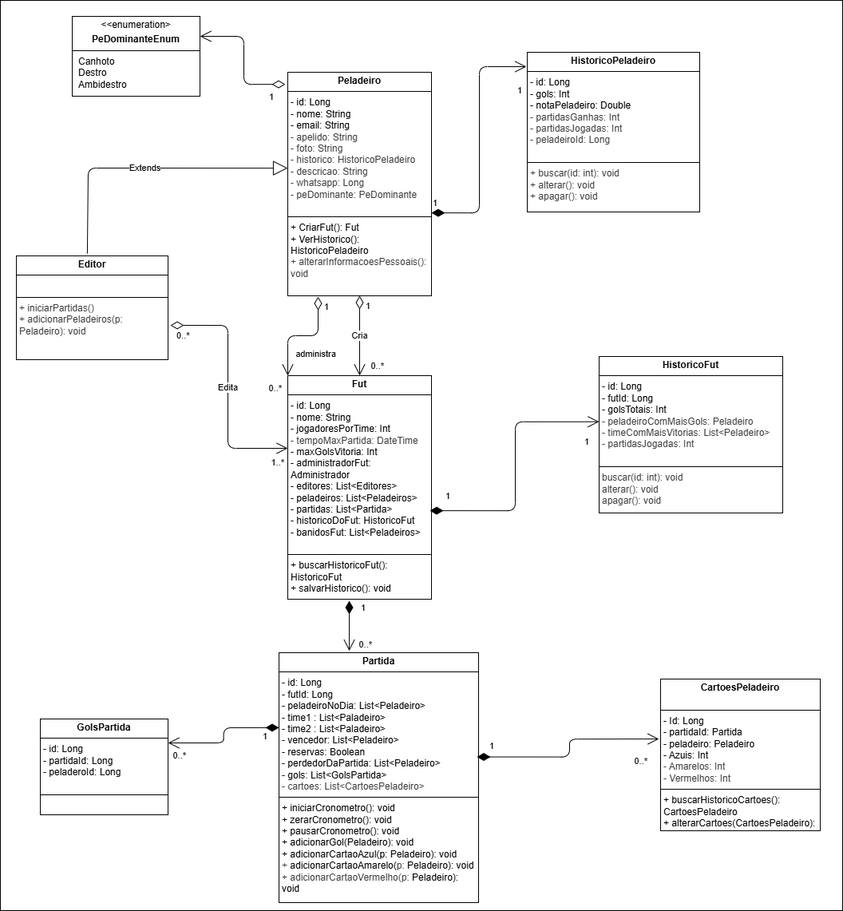
MarcioCosta013/VemProFutFullStack keeps this draw.io diagram as Diagramas/DiagramaClasses/DiagramaClasses.png. Above is the earlier version. Source tidied: cells renumbered, new cells last; positions are measured from the earlier drawing's top-left corner, leaving out a move shared by most shapes.
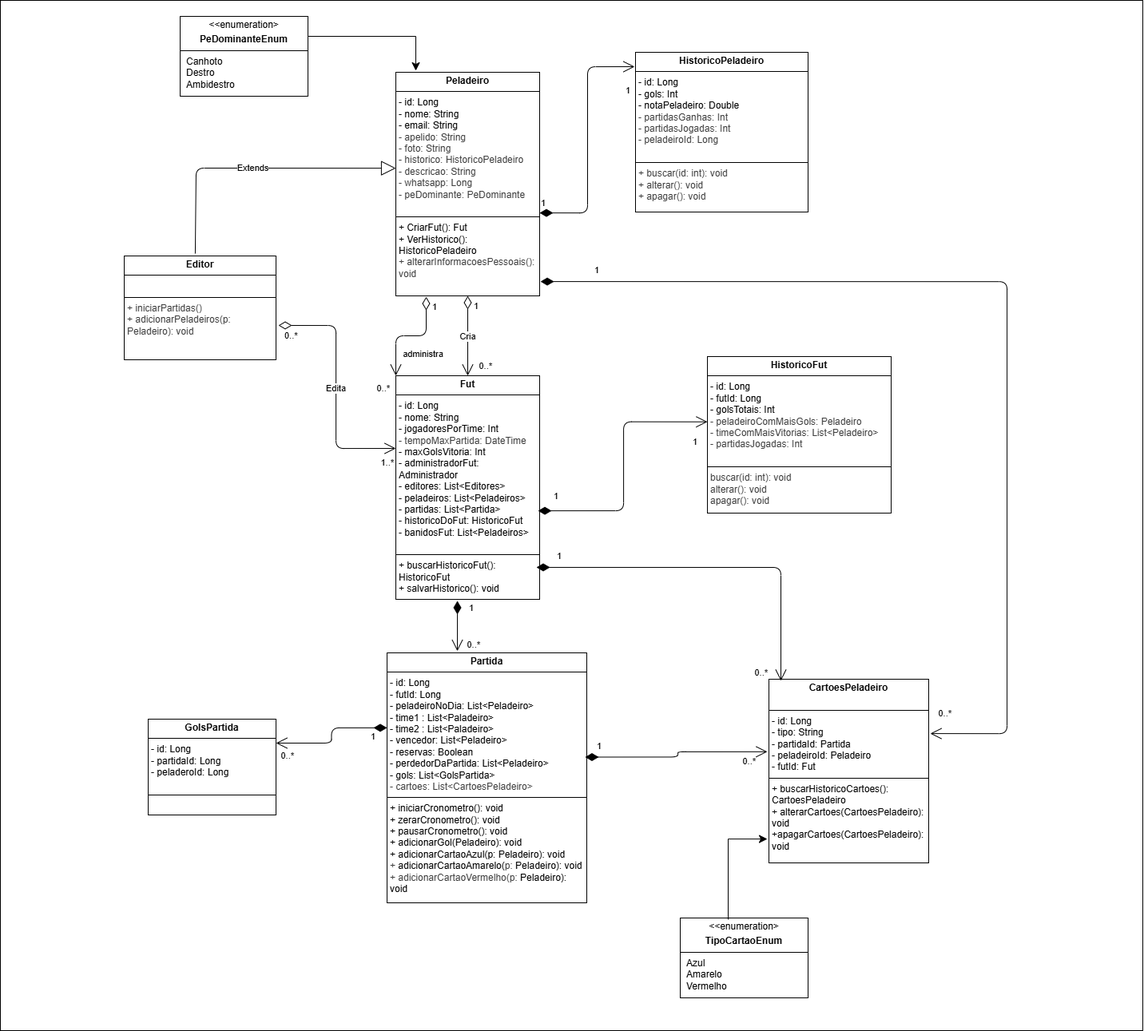
After the commit.

Change to the diagram source:
```diff
@@ -2,9 +2,9 @@
   <root>
     <mxCell id="0" />
     <mxCell id="1" parent="0" />
-    <mxCell id="2" style="rounded=0;whiteSpace=wrap;html=1;" parent="1" vertex="1">
-      <mxGeometry width="1055" height="1140" as="geometry" />
-    </mxCell>
+    <mxCell id="33" style="rounded=0;whiteSpace=wrap;html=1;" parent="1" vertex="1">
+      <mxGeometry x="-135" width="1430" height="1290" as="geometry" />
+    </mxCell>
     <mxCell id="3" value="&lt;p style=&quot;margin:0px;margin-top:4px;text-align:center;&quot;&gt;&lt;b&gt;Peladeiro&lt;/b&gt;&lt;/p&gt;&lt;hr size=&quot;1&quot; style=&quot;border-style:solid;&quot;&gt;&lt;p style=&quot;margin:0px;margin-left:4px;&quot;&gt;- id: Long&lt;/p&gt;&lt;p style=&quot;margin:0px;margin-left:4px;&quot;&gt;- nome: String&lt;/p&gt;&lt;p style=&quot;margin:0px;margin-left:4px;&quot;&gt;- email: String&lt;/p&gt;&lt;p style=&quot;margin:0px;margin-left:4px;&quot;&gt;&lt;span style=&quot;color: rgb(63, 63, 63);&quot;&gt;- apelido: String&lt;/span&gt;&lt;/p&gt;&lt;p style=&quot;margin:0px;margin-left:4px;&quot;&gt;&lt;span style=&quot;color: rgb(63, 63, 63);&quot;&gt;- foto: String&lt;/span&gt;&lt;/p&gt;&lt;p style=&quot;margin:0px;margin-left:4px;&quot;&gt;&lt;span style=&quot;color: rgb(63, 63, 63);&quot;&gt;- historico: Historico&lt;/span&gt;&lt;span style=&quot;color: rgb(63, 63, 63);&quot;&gt;&lt;/span&gt;&lt;span style=&quot;color: rgb(63, 63, 63); background-color: transparent;&quot;&gt;Peladeiro&lt;/span&gt;&lt;/p&gt;&lt;p style=&quot;margin:0px;margin-left:4px;&quot;&gt;&lt;span style=&quot;color: rgb(63, 63, 63);&quot;&gt;- descricao: String&lt;/span&gt;&lt;/p&gt;&lt;p style=&quot;margin:0px;margin-left:4px;&quot;&gt;&lt;span style=&quot;color: rgb(63, 63, 63);&quot;&gt;- whatsapp: Long&lt;/span&gt;&lt;/p&gt;&lt;p style=&quot;margin:0px;margin-left:4px;&quot;&gt;&lt;span style=&quot;color: rgb(63, 63, 63);&quot;&gt;- peDominante: PeDominante&lt;/span&gt;&lt;/p&gt;&lt;p style=&quot;margin:0px;margin-left:4px;&quot;&gt;&lt;br&gt;&lt;/p&gt;&lt;hr size=&quot;1&quot; style=&quot;border-style:solid;&quot;&gt;&lt;p style=&quot;margin:0px;margin-left:4px;&quot;&gt;+ CriarFut(): Fut&lt;/p&gt;&lt;p style=&quot;margin:0px;margin-left:4px;&quot;&gt;+ VerHistorico(): HistoricoPeladeiro&lt;/p&gt;&lt;p style=&quot;margin:0px;margin-left:4px;&quot;&gt;&lt;span style=&quot;color: rgb(63, 63, 63); background-color: transparent;&quot;&gt;+ alterarInformacoesPessoais(): void&lt;/span&gt;&lt;/p&gt;" style="verticalAlign=top;align=left;overflow=fill;html=1;whiteSpace=wrap;" parent="1" vertex="1">
       <mxGeometry x="360" y="90" width="180" height="280" as="geometry" />
     </mxCell>
@@ -14,8 +14,8 @@
     <mxCell id="5" value="&lt;p style=&quot;margin:0px;margin-top:4px;text-align:center;&quot;&gt;&lt;b&gt;HistoricoPeladeiro&lt;/b&gt;&lt;/p&gt;&lt;hr size=&quot;1&quot; style=&quot;border-style:solid;&quot;&gt;&lt;p style=&quot;margin:0px;margin-left:4px;&quot;&gt;- id: Long&lt;/p&gt;&lt;p style=&quot;margin:0px;margin-left:4px;&quot;&gt;- gols: Int&lt;/p&gt;&lt;p style=&quot;margin:0px;margin-left:4px;&quot;&gt;&lt;span style=&quot;background-color: transparent;&quot;&gt;- notaPeladeiro: Double&lt;/span&gt;&lt;/p&gt;&lt;p style=&quot;margin:0px;margin-left:4px;&quot;&gt;&lt;span style=&quot;background-color: transparent; color: rgb(63, 63, 63);&quot;&gt;- partidasGanhas: Int&lt;/span&gt;&lt;/p&gt;&lt;p style=&quot;margin:0px;margin-left:4px;&quot;&gt;&lt;span style=&quot;background-color: transparent; color: rgb(63, 63, 63);&quot;&gt;- partidasJogadas: Int&lt;/span&gt;&lt;/p&gt;&lt;p style=&quot;margin:0px;margin-left:4px;&quot;&gt;&lt;span style=&quot;background-color: transparent; color: rgb(63, 63, 63);&quot;&gt;&lt;span style=&quot;color: rgb(63, 63, 63);&quot;&gt;- peladeiroId: Long&lt;/span&gt;&lt;/span&gt;&lt;/p&gt;&lt;p style=&quot;margin:0px;margin-left:4px;&quot;&gt;&lt;br&gt;&lt;/p&gt;&lt;hr size=&quot;1&quot; style=&quot;border-style:solid;&quot;&gt;&lt;p style=&quot;scrollbar-color: rgb(226, 226, 226) rgb(251, 251, 251); margin: 0px 0px 0px 4px; color: rgb(63, 63, 63);&quot;&gt;+ buscar(id: int): void&lt;/p&gt;&lt;p style=&quot;scrollbar-color: rgb(226, 226, 226) rgb(251, 251, 251); margin: 0px 0px 0px 4px; color: rgb(63, 63, 63);&quot;&gt;+ alterar(): void&lt;/p&gt;&lt;p style=&quot;scrollbar-color: rgb(226, 226, 226) rgb(251, 251, 251); margin: 0px 0px 0px 4px; color: rgb(63, 63, 63);&quot;&gt;+ apagar(): void&lt;/p&gt;" style="verticalAlign=top;align=left;overflow=fill;html=1;whiteSpace=wrap;" parent="1" vertex="1">
       <mxGeometry x="660" y="65" width="216" height="200" as="geometry" />
     </mxCell>
-    <mxCell id="6" value="&lt;p style=&quot;margin:0px;margin-top:4px;text-align:center;&quot;&gt;&lt;b&gt;CartoesPeladeiro&lt;/b&gt;&lt;/p&gt;&lt;br&gt;&lt;hr size=&quot;1&quot; style=&quot;border-style:solid;&quot;&gt;&lt;p style=&quot;margin:0px;margin-left:4px;&quot;&gt;- Id: Long&lt;/p&gt;&lt;p style=&quot;margin:0px;margin-left:4px;&quot;&gt;- partidaId: Partida&lt;/p&gt;&lt;p style=&quot;margin:0px;margin-left:4px;&quot;&gt;- peladeiro: Peladeiro&lt;/p&gt;&lt;p style=&quot;margin:0px;margin-left:4px;&quot;&gt;- Azuis: Int&lt;/p&gt;&lt;p style=&quot;margin:0px;margin-left:4px;&quot;&gt;&lt;span style=&quot;color: rgb(63, 63, 63);&quot;&gt;- Amarelos: Int&lt;/span&gt;&lt;/p&gt;&lt;p style=&quot;margin:0px;margin-left:4px;&quot;&gt;&lt;span style=&quot;color: rgb(63, 63, 63);&quot;&gt;- Vermelhos: Int&lt;/span&gt;&lt;span style=&quot;color: rgb(63, 63, 63);&quot;&gt;&lt;/span&gt;&lt;/p&gt;&lt;hr size=&quot;1&quot; style=&quot;border-style:solid;&quot;&gt;&lt;p style=&quot;margin:0px;margin-left:4px;&quot;&gt;+ buscarHistoricoCartoes(): CartoesPeladeiro&lt;/p&gt;&lt;p style=&quot;margin:0px;margin-left:4px;&quot;&gt;+ alterarCartoes(CartoesPeladeiro): void&lt;/p&gt;&lt;p style=&quot;margin:0px;margin-left:4px;&quot;&gt;+apagarCartoes(CartoesPeladeiro): void&lt;/p&gt;&lt;p style=&quot;margin:0px;margin-left:4px;&quot;&gt;&lt;br&gt;&lt;/p&gt;" style="verticalAlign=top;align=left;overflow=fill;html=1;whiteSpace=wrap;" parent="1" vertex="1">
-      <mxGeometry x="827" y="850" width="200" height="190" as="geometry" />
+    <mxCell id="6" value="&lt;p style=&quot;margin:0px;margin-top:4px;text-align:center;&quot;&gt;&lt;b&gt;CartoesPeladeiro&lt;/b&gt;&lt;/p&gt;&lt;br&gt;&lt;hr size=&quot;1&quot; style=&quot;border-style:solid;&quot;&gt;&lt;p style=&quot;margin:0px;margin-left:4px;&quot;&gt;- id: Long&lt;/p&gt;&lt;p style=&quot;margin:0px;margin-left:4px;&quot;&gt;- tipo: String&lt;/p&gt;&lt;p style=&quot;margin:0px;margin-left:4px;&quot;&gt;- partidaId: Partida&lt;/p&gt;&lt;p style=&quot;margin:0px;margin-left:4px;&quot;&gt;- peladeiroId: Peladeiro&lt;/p&gt;&lt;p style=&quot;margin:0px;margin-left:4px;&quot;&gt;- futId: Fut&lt;/p&gt;&lt;hr size=&quot;1&quot; style=&quot;border-style:solid;&quot;&gt;&lt;p style=&quot;margin:0px;margin-left:4px;&quot;&gt;+ buscarHistoricoCartoes(): CartoesPeladeiro&lt;/p&gt;&lt;p style=&quot;margin:0px;margin-left:4px;&quot;&gt;+ alterarCartoes(CartoesPeladeiro): void&lt;/p&gt;&lt;p style=&quot;margin:0px;margin-left:4px;&quot;&gt;+apagarCartoes(CartoesPeladeiro): void&lt;/p&gt;&lt;p style=&quot;margin:0px;margin-left:4px;&quot;&gt;&lt;br&gt;&lt;/p&gt;" style="verticalAlign=top;align=left;overflow=fill;html=1;whiteSpace=wrap;" parent="1" vertex="1">
+      <mxGeometry x="827" y="850" width="200" height="230" as="geometry" />
     </mxCell>
     <mxCell id="7" value="&lt;p style=&quot;margin:0px;margin-top:4px;text-align:center;&quot;&gt;&lt;b&gt;Fut&lt;/b&gt;&lt;/p&gt;&lt;hr size=&quot;1&quot; style=&quot;border-style:solid;&quot;&gt;&lt;p style=&quot;margin:0px;margin-left:4px;&quot;&gt;- id: Long&lt;/p&gt;&lt;p style=&quot;margin:0px;margin-left:4px;&quot;&gt;- nome: String&lt;/p&gt;&lt;p style=&quot;margin:0px;margin-left:4px;&quot;&gt;- jogadoresPorTime: Int&lt;/p&gt;&lt;p style=&quot;margin:0px;margin-left:4px;&quot;&gt;&lt;span style=&quot;color: rgb(63, 63, 63); background-color: transparent;&quot;&gt;- tempoMaxPartida: DateTime&lt;/span&gt;&lt;/p&gt;&lt;p style=&quot;margin:0px;margin-left:4px;&quot;&gt;- maxGolsVitoria: Int&lt;/p&gt;&lt;p style=&quot;margin:0px;margin-left:4px;&quot;&gt;- administradorFut: Administrador&lt;/p&gt;&lt;p style=&quot;margin:0px;margin-left:4px;&quot;&gt;- editores: List&amp;lt;Editores&amp;gt;&lt;/p&gt;&lt;p style=&quot;margin:0px;margin-left:4px;&quot;&gt;- peladeiros: List&amp;lt;Peladeiros&amp;gt;&lt;/p&gt;&lt;p style=&quot;margin:0px;margin-left:4px;&quot;&gt;- partidas: List&amp;lt;Partida&amp;gt;&amp;nbsp;&lt;/p&gt;&lt;p style=&quot;margin:0px;margin-left:4px;&quot;&gt;- historicoDoFut: HistoricoFut&lt;/p&gt;&lt;p style=&quot;margin:0px;margin-left:4px;&quot;&gt;- banidosFut: List&amp;lt;Peladeiros&amp;gt;&lt;/p&gt;&lt;p style=&quot;margin:0px;margin-left:4px;&quot;&gt;&lt;br&gt;&lt;/p&gt;&lt;hr size=&quot;1&quot; style=&quot;border-style:solid;&quot;&gt;&lt;p style=&quot;margin:0px;margin-left:4px;&quot;&gt;+ buscarHistoricoFut(): HistoricoFut&lt;/p&gt;&lt;p style=&quot;margin:0px;margin-left:4px;&quot;&gt;+ salvarHistorico(): void&lt;/p&gt;&lt;p style=&quot;margin:0px;margin-left:4px;&quot;&gt;&lt;br&gt;&lt;/p&gt;&lt;p style=&quot;margin:0px;margin-left:4px;&quot;&gt;&lt;br&gt;&lt;/p&gt;" style="verticalAlign=top;align=left;overflow=fill;html=1;whiteSpace=wrap;" parent="1" vertex="1">
       <mxGeometry x="360" y="470" width="180" height="280" as="geometry" />
@@ -57,9 +57,6 @@
         <mxPoint x="6" y="-200" as="offset" />
       </mxGeometry>
     </mxCell>
-    <mxCell id="17" value="1" style="endArrow=open;html=1;endSize=12;startArrow=diamondThin;startSize=14;startFill=0;edgeStyle=orthogonalEdgeStyle;align=left;verticalAlign=bottom;entryX=1;entryY=0.25;entryDx=0;entryDy=0;exitX=-0.017;exitY=0.054;exitDx=0;exitDy=0;exitPerimeter=0;" parent="1" edge="1" source="3" target="4">
-      <mxGeometry x="-0.74" y="25" relative="1" as="geometry" />
-    </mxCell>
     <mxCell id="18" value="&lt;p style=&quot;margin:0px;margin-top:4px;text-align:center;&quot;&gt;&lt;b&gt;GolsPartida&lt;/b&gt;&lt;/p&gt;&lt;hr size=&quot;1&quot; style=&quot;border-style:solid;&quot;&gt;&lt;p style=&quot;margin:0px;margin-left:4px;&quot;&gt;- id: Long&lt;/p&gt;&lt;p style=&quot;margin:0px;margin-left:4px;&quot;&gt;- partidaId: Long&lt;/p&gt;&lt;p style=&quot;margin:0px;margin-left:4px;&quot;&gt;- peladeroId: Long&lt;/p&gt;&lt;p style=&quot;margin:0px;margin-left:4px;&quot;&gt;&lt;br&gt;&lt;/p&gt;&lt;hr size=&quot;1&quot; style=&quot;border-style:solid;&quot;&gt;&lt;p style=&quot;margin:0px;margin-left:4px;&quot;&gt;&lt;br&gt;&lt;/p&gt;" style="verticalAlign=top;align=left;overflow=fill;html=1;whiteSpace=wrap;" parent="1" vertex="1">
       <mxGeometry x="50" y="900" width="160" height="120" as="geometry" />
     </mxCell>
@@ -117,5 +114,41 @@
         <mxPoint x="-4" y="5" as="offset" />
       </mxGeometry>
     </mxCell>
+    <mxCell id="34" value="1" style="endArrow=open;html=1;endSize=12;startArrow=diamondThin;startSize=14;startFill=1;edgeStyle=orthogonalEdgeStyle;align=left;verticalAlign=bottom;exitX=0.978;exitY=0.857;exitDx=0;exitDy=0;exitPerimeter=0;entryX=0.075;entryY=0.009;entryDx=0;entryDy=0;entryPerimeter=0;" parent="1" edge="1" source="7" target="6">
+      <mxGeometry x="-0.89" y="5" relative="1" as="geometry" />
+    </mxCell>
+    <mxCell id="35" value="&lt;div&gt;&lt;span style=&quot;background-color: light-dark(#ffffff, var(--ge-dark-color, #121212));&quot;&gt;0..*&lt;/span&gt;&lt;/div&gt;" style="edgeLabel;html=1;align=right;verticalAlign=top;" parent="1" vertex="1">
+      <mxGeometry x="820" y="790" as="geometry">
+        <mxPoint x="5" y="39" as="offset" />
+      </mxGeometry>
+    </mxCell>
+    <mxCell id="36" value="1" style="endArrow=open;html=1;endSize=12;startArrow=diamondThin;startSize=14;startFill=1;edgeStyle=orthogonalEdgeStyle;align=left;verticalAlign=bottom;exitX=1.006;exitY=0.936;exitDx=0;exitDy=0;exitPerimeter=0;entryX=1.01;entryY=0.296;entryDx=0;entryDy=0;entryPerimeter=0;" parent="1" edge="1" source="3" target="6">
+      <mxGeometry x="-0.89" y="5" relative="1" as="geometry">
+        <Array as="points">
+          <mxPoint x="1125" y="352" />
+          <mxPoint x="1125" y="918" />
+        </Array>
+      </mxGeometry>
+    </mxCell>
+    <mxCell id="37" value="&lt;div&gt;&lt;span style=&quot;background-color: light-dark(#ffffff, var(--ge-dark-color, #121212));&quot;&gt;0..*&lt;/span&gt;&lt;/div&gt;" style="edgeLabel;html=1;align=right;verticalAlign=top;" parent="1" vertex="1">
+      <mxGeometry x="1055" y="880" as="geometry" />
+    </mxCell>
+    <mxCell id="38" value="&lt;p style=&quot;margin: 4px 0px 0px; text-align: center;&quot;&gt;&amp;lt;&amp;lt;enumeration&amp;gt;&lt;b&gt;&lt;/b&gt;&lt;/p&gt;&lt;p style=&quot;margin: 4px 0px 0px; text-align: center;&quot;&gt;&lt;b&gt;TipoCartaoEnum&lt;/b&gt;&lt;/p&gt;&lt;hr size=&quot;1&quot; style=&quot;border-style:solid;&quot;&gt;&lt;p style=&quot;margin:0px;margin-left:8px;&quot;&gt;Azul&lt;br&gt;Amarelo&lt;br&gt;Vermelho&lt;/p&gt;" style="verticalAlign=top;align=left;overflow=fill;html=1;whiteSpace=wrap;" parent="1" vertex="1">
+      <mxGeometry x="716" y="1149" width="160" height="100" as="geometry" />
+    </mxCell>
+    <mxCell id="39" style="edgeStyle=elbowEdgeStyle;elbow=horizontal;endArrow=classic;html=1;curved=0;rounded=0;endSize=8;startSize=8;entryX=-0.01;entryY=0.87;entryDx=0;entryDy=0;entryPerimeter=0;exitX=0.375;exitY=0.02;exitDx=0;exitDy=0;exitPerimeter=0;" parent="1" edge="1" source="38" target="6">
+      <mxGeometry relative="1" as="geometry">
+        <Array as="points">
+          <mxPoint x="776" y="1110" />
+        </Array>
+      </mxGeometry>
+    </mxCell>
+    <mxCell id="40" style="edgeStyle=elbowEdgeStyle;elbow=horizontal;endArrow=classic;html=1;curved=0;rounded=0;endSize=8;startSize=8;exitX=1;exitY=0.25;exitDx=0;exitDy=0;entryX=0.144;entryY=-0.007;entryDx=0;entryDy=0;entryPerimeter=0;" parent="1" edge="1" source="4" target="3">
+      <mxGeometry relative="1" as="geometry">
+        <Array as="points">
+          <mxPoint x="385" y="70" />
+        </Array>
+      </mxGeometry>
+    </mxCell>
   </root>
 </mxGraphModel>
```
